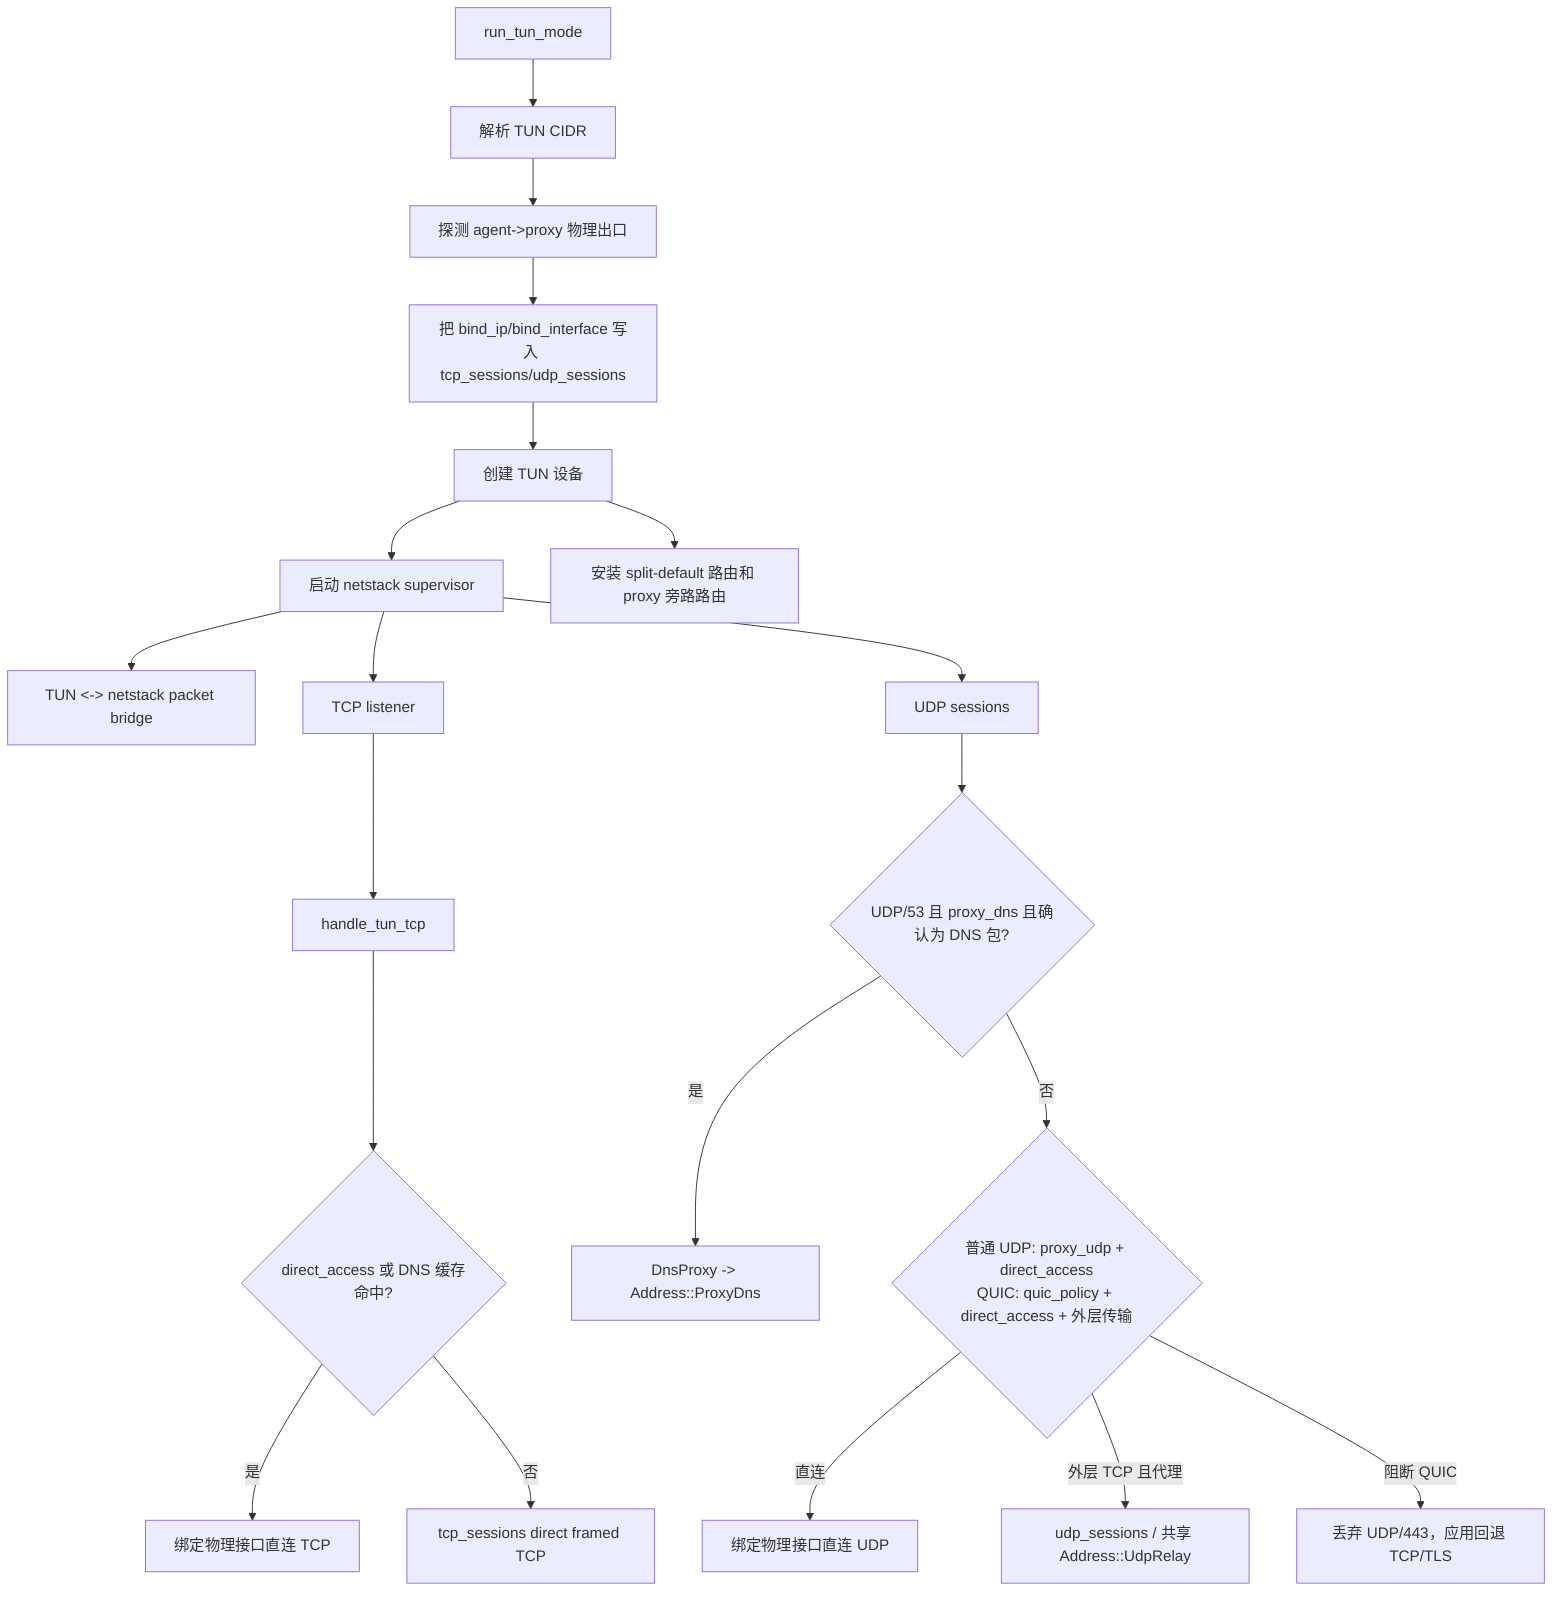
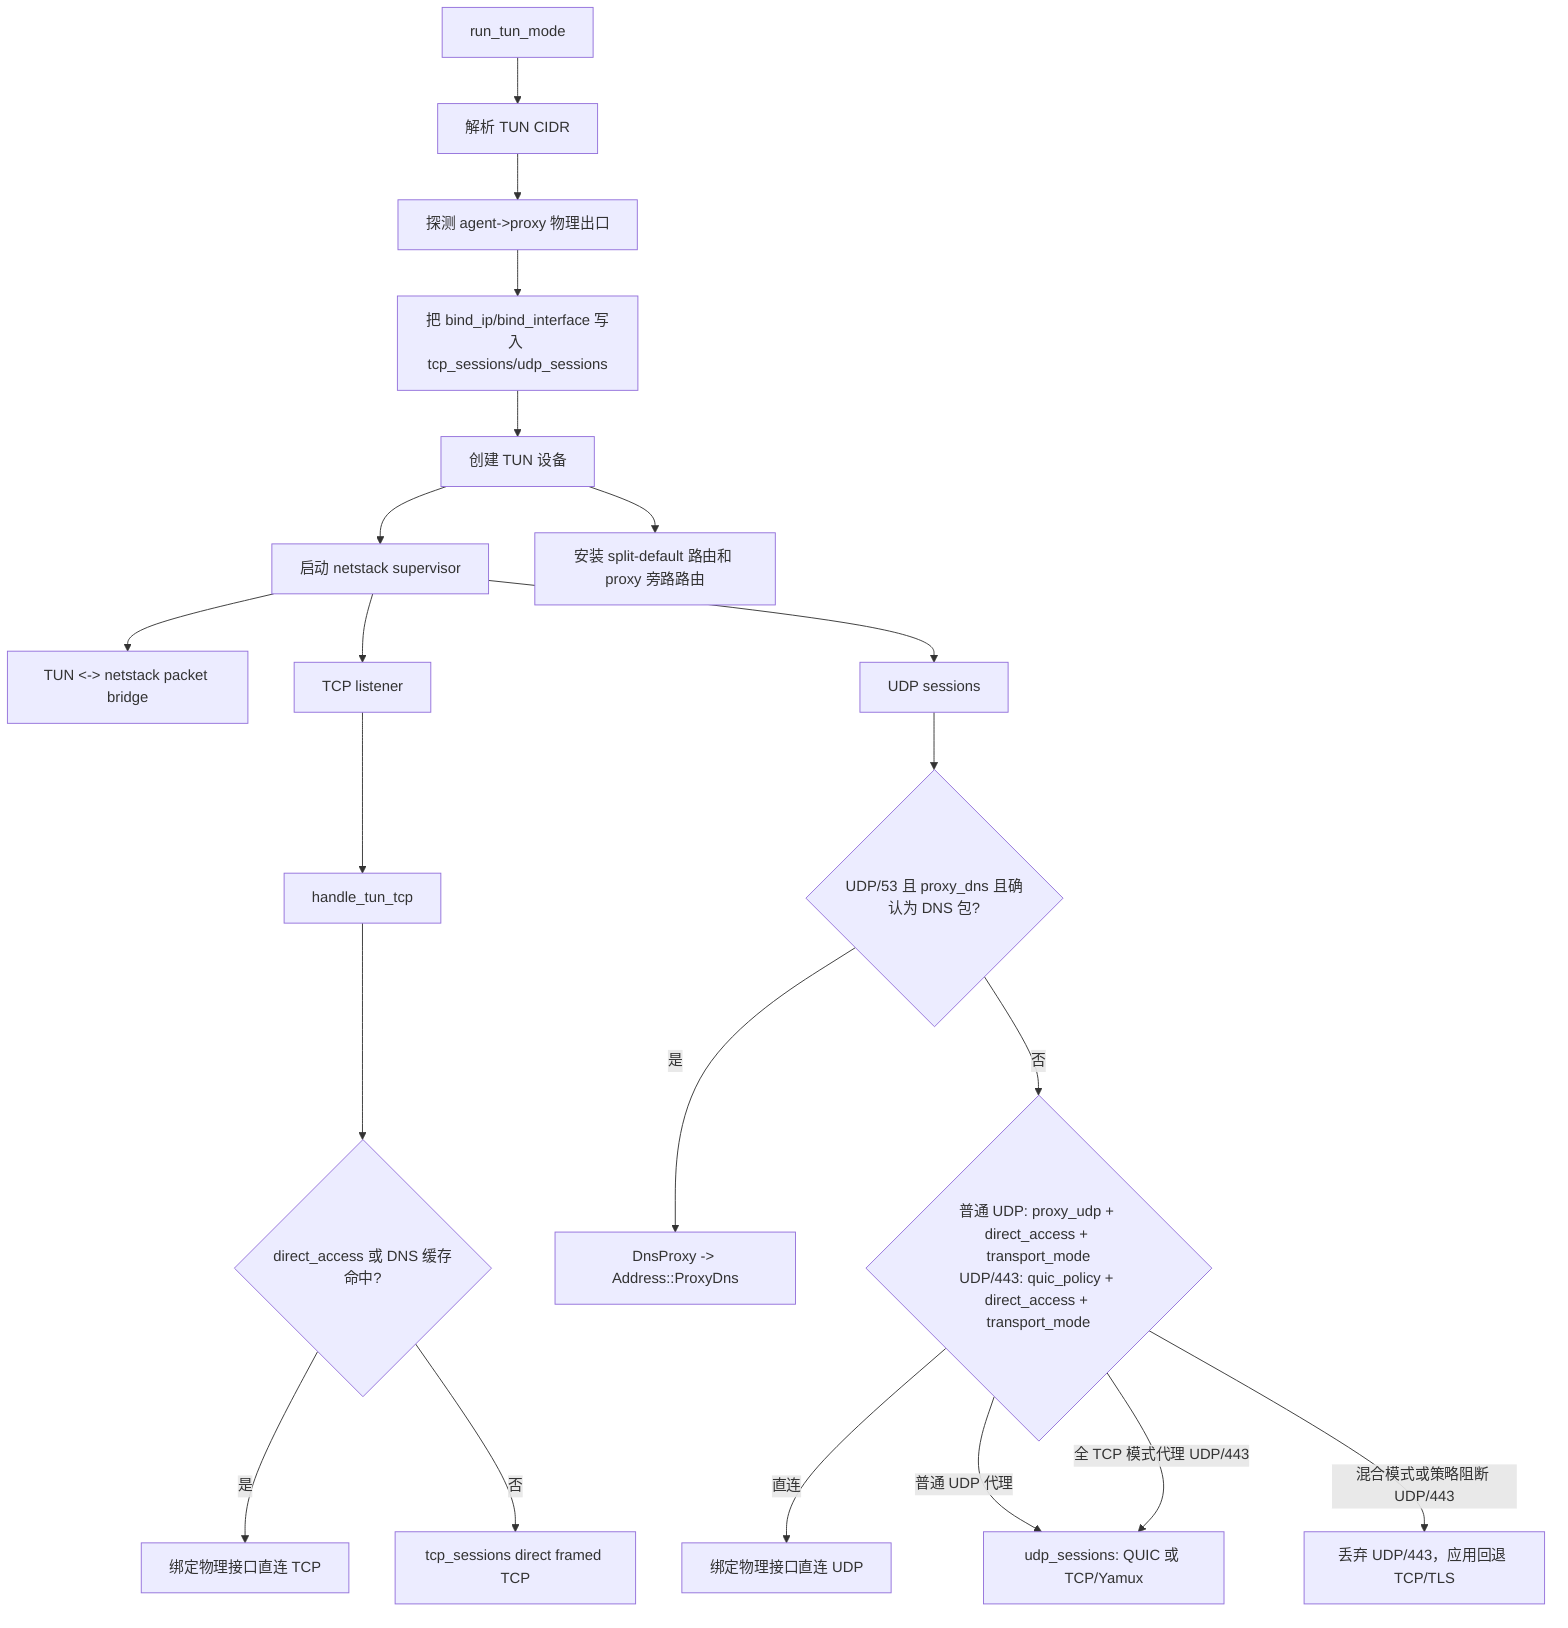
flowchart TD
    A["run_tun_mode"] --> B["解析 TUN CIDR"]
    B --> C["探测 agent->proxy 物理出口"]
    C --> D["把 bind_ip/bind_interface 写入 tcp_sessions/udp_sessions"]
    D --> E["创建 TUN 设备"]
    E --> F["启动 netstack supervisor"]
    F --> G["TUN <-> netstack packet bridge"]
    F --> H["TCP listener"]
    F --> I["UDP sessions"]
    E --> J["安装 split-default 路由和 proxy 旁路路由"]
    H --> K["handle_tun_tcp"]
    K --> L{"direct_access 或 DNS 缓存命中?"}
    L -->|"是"| M["绑定物理接口直连 TCP"]
    L -->|"否"| N["tcp_sessions direct framed TCP"]

    I --> O{"UDP/53 且 proxy_dns 且确认为 DNS 包?"}
    O -->|"是"| P["DnsProxy -> Address::ProxyDns"]
-     O -->|"否"| Q{"普通 UDP: proxy_udp + direct_access<br/>QUIC: quic_policy + direct_access + 外层传输"}
+     O -->|"否"| Q{"普通 UDP: proxy_udp + direct_access + transport_mode<br/>UDP/443: quic_policy + direct_access + transport_mode"}
    Q -->|"直连"| R["绑定物理接口直连 UDP"]
-     Q -->|"外层 TCP 且代理"| S["udp_sessions / 共享 Address::UdpRelay"]
-     Q -->|"阻断 QUIC"| T["丢弃 UDP/443，应用回退 TCP/TLS"]
+     Q -->|"普通 UDP 代理"| S["udp_sessions: QUIC 或 TCP/Yamux"]
+     Q -->|"全 TCP 模式代理 UDP/443"| S
+     Q -->|"混合模式或策略阻断 UDP/443"| T["丢弃 UDP/443，应用回退 TCP/TLS"]
